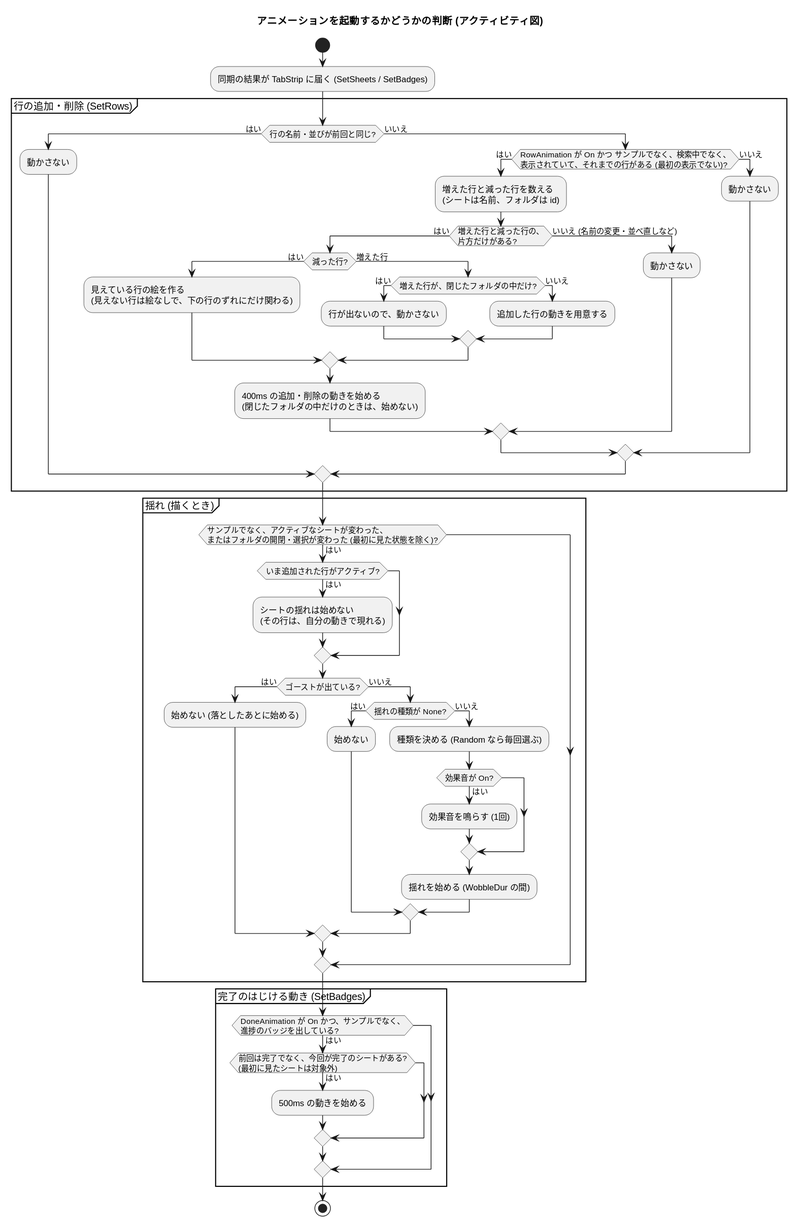
Above: docs/activity-animation.svg in nk-taka623/VerticalSheetTabs (PlantUML), before the change.
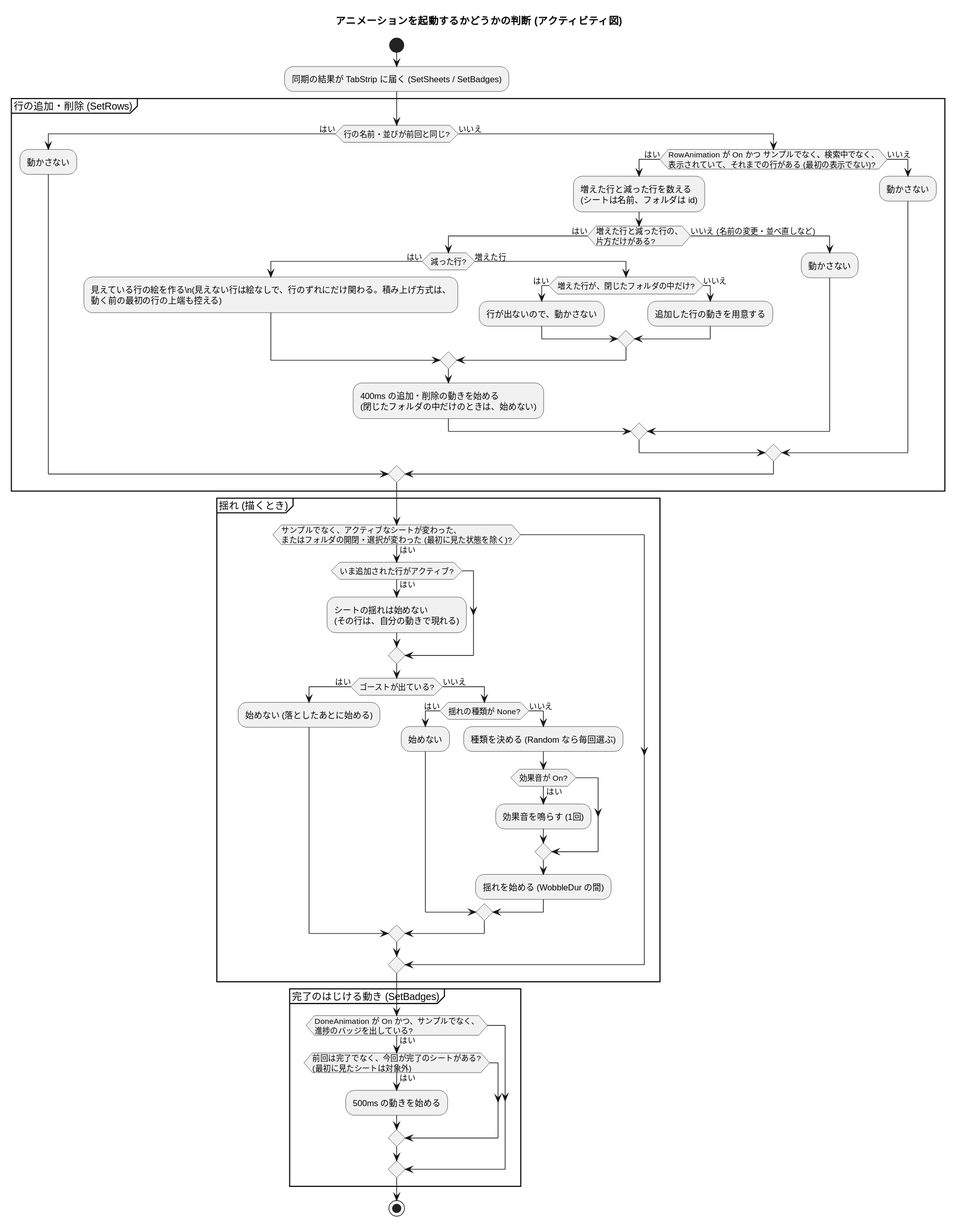
After the commit.

What changed in the source:
```diff
@@ -13,7 +13,8 @@
       :増えた行と減った行を数える\n(シートは名前、フォルダは id);
       if (増えた行と減った行の、\n片方だけがある?) then (はい)
         if (減った行?) then (はい)
-          :見えている行の絵を作る\n(見えない行は絵なしで、下の行のずれにだけ関わる);
+          :見えている行の絵を作る\n(見えない行は絵なしで、行のずれにだけ関わる。積み上げ方式は、
+動く前の最初の行の上端も控える);
         else (増えた行)
           if (増えた行が、閉じたフォルダの中だけ?) then (はい)
             :行が出ないので、動かさない;
```
